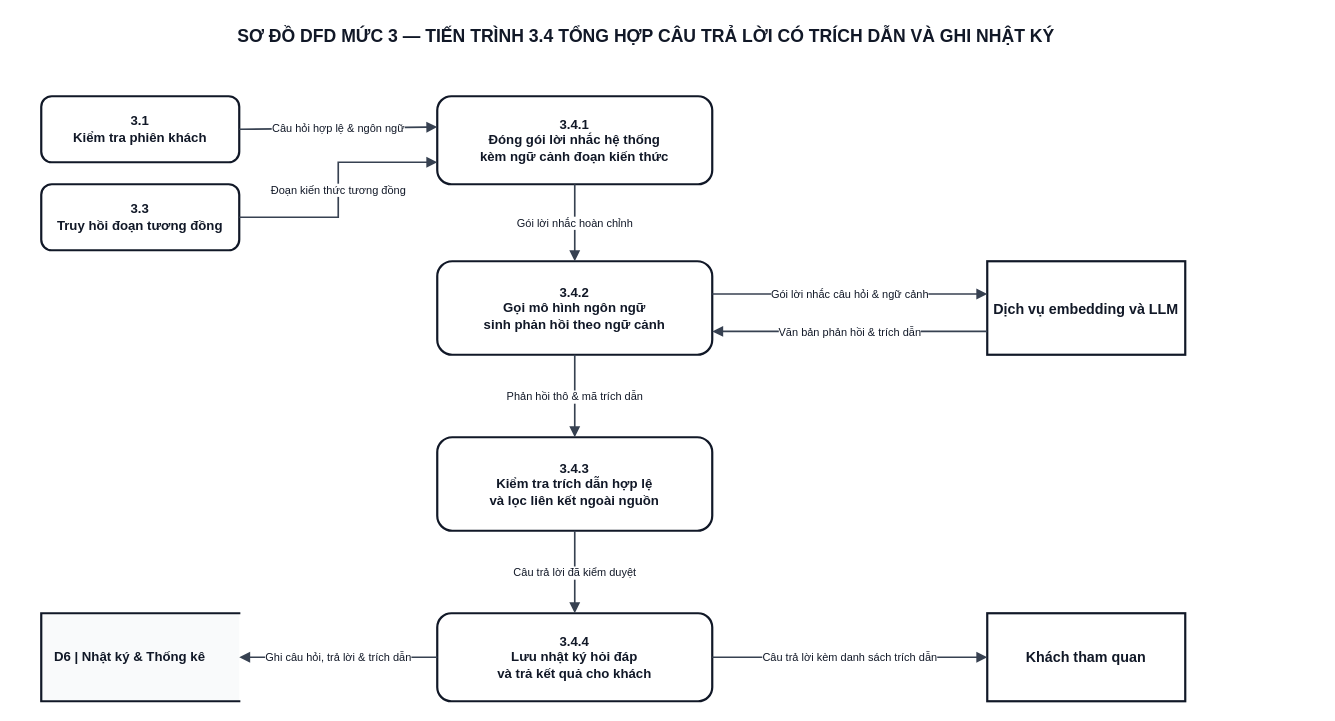
Above: docs/diagram/dfd/DFD_Level_3_P3_4_RAG_Answer_Generation.drawio in Kazuken123/prj_sgu26_cnpm (draw.io), before the change. Source tidied: cells renumbered, new cells numbered last; positions are measured from the earlier drawing's top-left corner, leaving out a move shared by most shapes. Both pictures are drawn from the tidied source at 110%, with x=0, y=0 at pixel (30, 19).
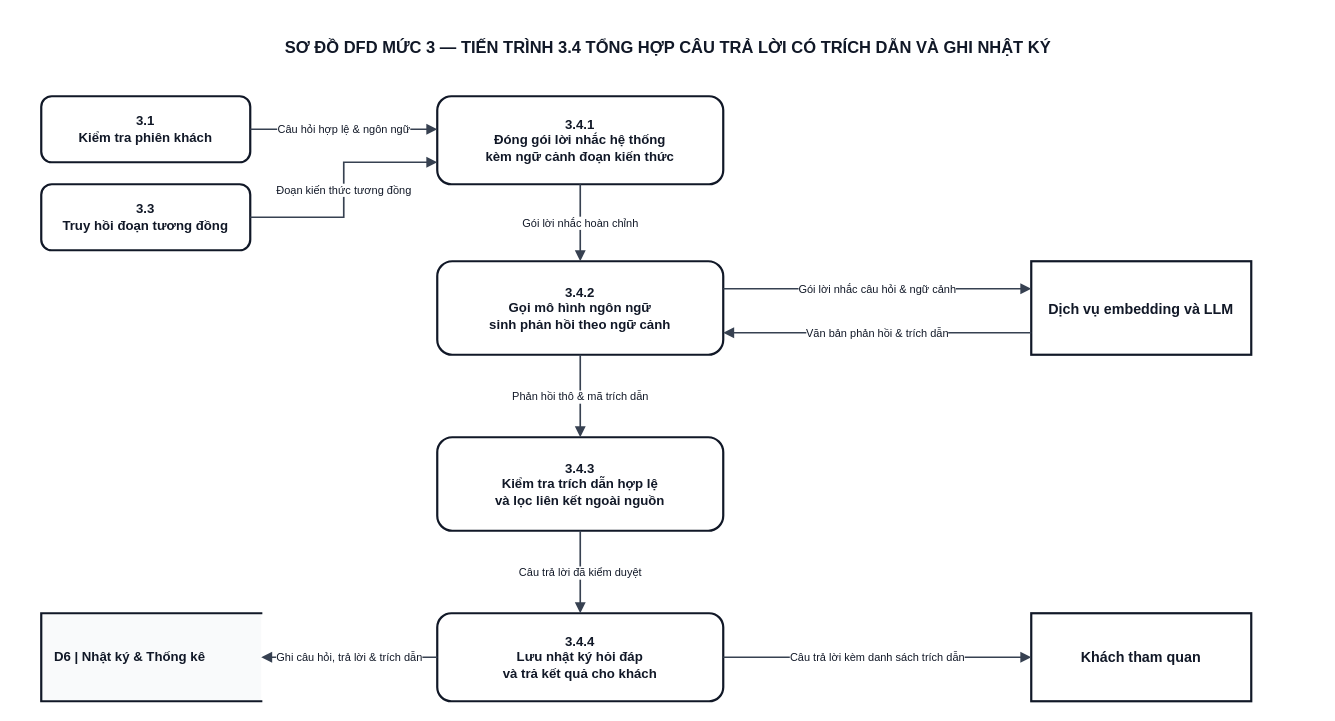
After the change.

Diff of the diagram source:
```diff
@@
-    <mxCell id="2" value="SƠ ĐỒ DFD MỨC 3 — TIẾN TRÌNH 3.4 TỔNG HỢP CÂU TRẢ LỜI CÓ TRÍCH DẪN VÀ GHI NHẬT KÝ" style="text;html=1;align=center;verticalAlign=middle;whiteSpace=wrap;fontFamily=Arial;fontSize=16;fontStyle=1;fillColor=none;strokeColor=none;fontColor=#111827;" parent="1" vertex="1">
-      <mxGeometry width="1120" height="30" as="geometry" />
+    <mxCell id="2" value="SƠ ĐỒ DFD MỨC 3 — TIẾN TRÌNH 3.4 TỔNG HỢP CÂU TRẢ LỜI CÓ TRÍCH DẪN VÀ GHI NHẬT KÝ" style="text;html=1;align=center;verticalAlign=middle;whiteSpace=wrap;fontFamily=Arial;fontSize=15;fontStyle=1;fillColor=none;strokeColor=none;fontColor=#111827;" parent="1" vertex="1">
+      <mxGeometry x="-10" y="10" width="1180" height="30" as="geometry" />
     </mxCell>
     <mxCell id="3" value="&lt;b&gt;3.1&lt;/b&gt;&lt;br/&gt;Kiểm tra phiên khách" style="rounded=1;arcSize=16;whiteSpace=wrap;html=1;fillColor=#FFFFFF;strokeColor=#111827;strokeWidth=2;fontFamily=Arial;fontSize=12;fontStyle=1;fontColor=#111827;align=center;" parent="1" vertex="1">
-      <mxGeometry x="10" y="70" width="180" height="60" as="geometry" />
+      <mxGeometry x="10" y="70" width="190" height="60" as="geometry" />
     </mxCell>
     <mxCell id="4" value="&lt;b&gt;3.3&lt;/b&gt;&lt;br/&gt;Truy hồi đoạn tương đồng" style="rounded=1;arcSize=16;whiteSpace=wrap;html=1;fillColor=#FFFFFF;strokeColor=#111827;strokeWidth=2;fontFamily=Arial;fontSize=12;fontStyle=1;fontColor=#111827;align=center;" parent="1" vertex="1">
-      <mxGeometry x="10" y="150" width="180" height="60" as="geometry" />
+      <mxGeometry x="10" y="150" width="190" height="60" as="geometry" />
     </mxCell>
     <mxCell id="5" value="&lt;b&gt;3.4.1&lt;/b&gt;&lt;br/&gt;Đóng gói lời nhắc hệ thống&lt;br/&gt;kèm ngữ cảnh đoạn kiến thức" style="rounded=1;arcSize=16;whiteSpace=wrap;html=1;fillColor=#FFFFFF;strokeColor=#111827;strokeWidth=2;fontFamily=Arial;fontSize=12;fontStyle=1;fontColor=#111827;align=center;" parent="1" vertex="1">
-      <mxGeometry x="370" y="70" width="250" height="80" as="geometry" />
+      <mxGeometry x="370" y="70" width="260" height="80" as="geometry" />
     </mxCell>
     <mxCell id="6" value="&lt;b&gt;3.4.2&lt;/b&gt;&lt;br/&gt;Gọi mô hình ngôn ngữ&lt;br/&gt;sinh phản hồi theo ngữ cảnh" style="rounded=1;arcSize=16;whiteSpace=wrap;html=1;fillColor=#FFFFFF;strokeColor=#111827;strokeWidth=2;fontFamily=Arial;fontSize=12;fontStyle=1;fontColor=#111827;align=center;" parent="1" vertex="1">
-      <mxGeometry x="370" y="220" width="250" height="85" as="geometry" />
+      <mxGeometry x="370" y="220" width="260" height="85" as="geometry" />
     </mxCell>
     <mxCell id="7" value="&lt;b&gt;3.4.3&lt;/b&gt;&lt;br/&gt;Kiểm tra trích dẫn hợp lệ&lt;br/&gt;và lọc liên kết ngoài nguồn" style="rounded=1;arcSize=16;whiteSpace=wrap;html=1;fillColor=#FFFFFF;strokeColor=#111827;strokeWidth=2;fontFamily=Arial;fontSize=12;fontStyle=1;fontColor=#111827;align=center;" parent="1" vertex="1">
-      <mxGeometry x="370" y="380" width="250" height="85" as="geometry" />
+      <mxGeometry x="370" y="380" width="260" height="85" as="geometry" />
     </mxCell>
     <mxCell id="8" value="&lt;b&gt;3.4.4&lt;/b&gt;&lt;br/&gt;Lưu nhật ký hỏi đáp&lt;br/&gt;và trả kết quả cho khách" style="rounded=1;arcSize=16;whiteSpace=wrap;html=1;fillColor=#FFFFFF;strokeColor=#111827;strokeWidth=2;fontFamily=Arial;fontSize=12;fontStyle=1;fontColor=#111827;align=center;" parent="1" vertex="1">
-      <mxGeometry x="370" y="540" width="250" height="80" as="geometry" />
+      <mxGeometry x="370" y="540" width="260" height="80" as="geometry" />
     </mxCell>
-    <mxCell id="9" value="Gói lời nhắc hoàn chỉnh" style="rounded=0;html=1;strokeColor=#374151;strokeWidth=1.5;endArrow=block;endFill=1;fontFamily=Arial;fontSize=10;fontColor=#111827;labelBackgroundColor=#FFFFFF;spacing=2;exitX=0.5;exitY=1;exitDx=0;exitDy=0;entryX=0.5;entryY=0;entryDx=0;entryDy=0;edgeStyle=none;" parent="1" edge="1" source="5" target="6">
+    <mxCell id="9" value="Gói lời nhắc hoàn chỉnh" style="edgeStyle=orthogonalEdgeStyle;rounded=0;jettySize=auto;html=1;strokeColor=#374151;strokeWidth=1.5;endArrow=block;endFill=1;fontFamily=Arial;fontSize=10;fontColor=#111827;labelBackgroundColor=#FFFFFF;spacing=2;exitX=0.5000;exitY=1.0000;exitDx=0;exitDy=0;entryX=0.5000;entryY=0.0000;entryDx=0;entryDy=0;" parent="1" edge="1" source="5" target="6">
       <mxGeometry relative="1" as="geometry" />
     </mxCell>
-    <mxCell id="10" value="Phản hồi thô &amp; mã trích dẫn" style="rounded=0;html=1;strokeColor=#374151;strokeWidth=1.5;endArrow=block;endFill=1;fontFamily=Arial;fontSize=10;fontColor=#111827;labelBackgroundColor=#FFFFFF;spacing=2;exitX=0.5;exitY=1;exitDx=0;exitDy=0;entryX=0.5;entryY=0;entryDx=0;entryDy=0;edgeStyle=none;" parent="1" edge="1" source="6" target="7">
+    <mxCell id="10" value="Phản hồi thô &amp; mã trích dẫn" style="edgeStyle=orthogonalEdgeStyle;rounded=0;jettySize=auto;html=1;strokeColor=#374151;strokeWidth=1.5;endArrow=block;endFill=1;fontFamily=Arial;fontSize=10;fontColor=#111827;labelBackgroundColor=#FFFFFF;spacing=2;exitX=0.5000;exitY=1.0000;exitDx=0;exitDy=0;entryX=0.5000;entryY=0.0000;entryDx=0;entryDy=0;" parent="1" edge="1" source="6" target="7">
       <mxGeometry relative="1" as="geometry" />
     </mxCell>
-    <mxCell id="11" value="Câu trả lời đã kiểm duyệt" style="rounded=0;html=1;strokeColor=#374151;strokeWidth=1.5;endArrow=block;endFill=1;fontFamily=Arial;fontSize=10;fontColor=#111827;labelBackgroundColor=#FFFFFF;spacing=2;exitX=0.5;exitY=1;exitDx=0;exitDy=0;entryX=0.5;entryY=0;entryDx=0;entryDy=0;edgeStyle=none;" parent="1" edge="1" source="7" target="8">
+    <mxCell id="11" value="Câu trả lời đã kiểm duyệt" style="edgeStyle=orthogonalEdgeStyle;rounded=0;jettySize=auto;html=1;strokeColor=#374151;strokeWidth=1.5;endArrow=block;endFill=1;fontFamily=Arial;fontSize=10;fontColor=#111827;labelBackgroundColor=#FFFFFF;spacing=2;exitX=0.5000;exitY=1.0000;exitDx=0;exitDy=0;entryX=0.5000;entryY=0.0000;entryDx=0;entryDy=0;" parent="1" edge="1" source="7" target="8">
       <mxGeometry relative="1" as="geometry" />
     </mxCell>
-    <mxCell id="12" value="Câu hỏi hợp lệ &amp; ngôn ngữ" style="rounded=0;html=1;strokeColor=#374151;strokeWidth=1.5;endArrow=block;endFill=1;fontFamily=Arial;fontSize=10;fontColor=#111827;labelBackgroundColor=#FFFFFF;spacing=2;exitX=1;exitY=0.5;exitDx=0;exitDy=0;entryX=0;entryY=0.35;entryDx=0;entryDy=0;edgeStyle=none;" parent="1" edge="1" source="3" target="5">
+    <mxCell id="12" value="Câu hỏi hợp lệ &amp; ngôn ngữ" style="edgeStyle=orthogonalEdgeStyle;rounded=0;jettySize=auto;html=1;strokeColor=#374151;strokeWidth=1.5;endArrow=block;endFill=1;fontFamily=Arial;fontSize=10;fontColor=#111827;labelBackgroundColor=#FFFFFF;spacing=2;exitX=1.0000;exitY=0.5000;exitDx=0;exitDy=0;entryX=0.0000;entryY=0.3750;entryDx=0;entryDy=0;" parent="1" edge="1" source="3" target="5">
       <mxGeometry relative="1" as="geometry" />
     </mxCell>
-    <mxCell id="13" value="Đoạn kiến thức tương đồng" style="rounded=0;html=1;strokeColor=#374151;strokeWidth=1.5;endArrow=block;endFill=1;fontFamily=Arial;fontSize=10;fontColor=#111827;labelBackgroundColor=#FFFFFF;spacing=2;exitX=1;exitY=0.5;exitDx=0;exitDy=0;entryX=0;entryY=0.75;entryDx=0;entryDy=0;edgeStyle=orthogonalEdgeStyle;jettySize=auto;" parent="1" edge="1" source="4" target="5">
+    <mxCell id="13" value="Đoạn kiến thức tương đồng" style="edgeStyle=orthogonalEdgeStyle;rounded=0;jettySize=auto;html=1;strokeColor=#374151;strokeWidth=1.5;endArrow=block;endFill=1;fontFamily=Arial;fontSize=10;fontColor=#111827;labelBackgroundColor=#FFFFFF;spacing=2;exitX=1.0000;exitY=0.5000;exitDx=0;exitDy=0;entryX=0.0000;entryY=0.7500;entryDx=0;entryDy=0;" parent="1" edge="1" source="4" target="5">
       <mxGeometry relative="1" as="geometry">
         <Array as="points">
-          <mxPoint x="190" y="180" />
-          <mxPoint x="280" y="180" />
-          <mxPoint x="280" y="130" />
+          <mxPoint x="200" y="180" />
+          <mxPoint x="285" y="180" />
+          <mxPoint x="285" y="130" />
+          <mxPoint x="370" y="130" />
         </Array>
       </mxGeometry>
     </mxCell>
     <mxCell id="14" value="Dịch vụ embedding và LLM" style="rounded=0;whiteSpace=wrap;html=1;fillColor=#FFFFFF;strokeColor=#111827;strokeWidth=2;fontFamily=Arial;fontSize=13;fontStyle=1;fontColor=#111827;align=center;" parent="1" vertex="1">
-      <mxGeometry x="870" y="220" width="180" height="85" as="geometry" />
+      <mxGeometry x="910" y="220" width="200" height="85" as="geometry" />
     </mxCell>
-    <mxCell id="15" value="Gói lời nhắc câu hỏi &amp; ngữ cảnh" style="rounded=0;html=1;strokeColor=#374151;strokeWidth=1.5;endArrow=block;endFill=1;fontFamily=Arial;fontSize=10;fontColor=#111827;labelBackgroundColor=#FFFFFF;spacing=2;exitX=1;exitY=0.35;exitDx=0;exitDy=0;entryX=0;entryY=0.35;entryDx=0;entryDy=0;edgeStyle=none;" parent="1" edge="1" source="6" target="14">
+    <mxCell id="15" value="Gói lời nhắc câu hỏi &amp; ngữ cảnh" style="edgeStyle=orthogonalEdgeStyle;rounded=0;jettySize=auto;html=1;strokeColor=#374151;strokeWidth=1.5;endArrow=block;endFill=1;fontFamily=Arial;fontSize=10;fontColor=#111827;labelBackgroundColor=#FFFFFF;spacing=2;exitX=1.0000;exitY=0.2941;exitDx=0;exitDy=0;entryX=0.0000;entryY=0.2941;entryDx=0;entryDy=0;" parent="1" edge="1" source="6" target="14">
       <mxGeometry relative="1" as="geometry" />
     </mxCell>
-    <mxCell id="16" value="Văn bản phản hồi &amp; trích dẫn" style="rounded=0;html=1;strokeColor=#374151;strokeWidth=1.5;endArrow=block;endFill=1;fontFamily=Arial;fontSize=10;fontColor=#111827;labelBackgroundColor=#FFFFFF;spacing=2;exitX=0;exitY=0.75;exitDx=0;exitDy=0;entryX=1;entryY=0.75;entryDx=0;entryDy=0;edgeStyle=none;" parent="1" edge="1" source="14" target="6">
+    <mxCell id="16" value="Văn bản phản hồi &amp; trích dẫn" style="edgeStyle=orthogonalEdgeStyle;rounded=0;jettySize=auto;html=1;strokeColor=#374151;strokeWidth=1.5;endArrow=block;endFill=1;fontFamily=Arial;fontSize=10;fontColor=#111827;labelBackgroundColor=#FFFFFF;spacing=2;exitX=0.0000;exitY=0.7647;exitDx=0;exitDy=0;entryX=1.0000;entryY=0.7647;entryDx=0;entryDy=0;" parent="1" edge="1" source="14" target="6">
       <mxGeometry relative="1" as="geometry" />
     </mxCell>
     <mxCell id="17" value="&lt;b&gt;D6&lt;/b&gt; | Nhật ký &amp; Thống kê" style="shape=partialRectangle;whiteSpace=wrap;html=1;left=1;right=0;top=1;bottom=1;fillColor=#F9FAFB;strokeColor=#111827;strokeWidth=2;fontFamily=Arial;fontSize=12;fontStyle=1;fontColor=#111827;align=left;spacingLeft=10;" parent="1" vertex="1">
-      <mxGeometry x="10" y="540" width="180" height="80" as="geometry" />
+      <mxGeometry x="10" y="540" width="200" height="80" as="geometry" />
     </mxCell>
     <mxCell id="18" value="Khách tham quan" style="rounded=0;whiteSpace=wrap;html=1;fillColor=#FFFFFF;strokeColor=#111827;strokeWidth=2;fontFamily=Arial;fontSize=13;fontStyle=1;fontColor=#111827;align=center;" parent="1" vertex="1">
-      <mxGeometry x="870" y="540" width="180" height="80" as="geometry" />
+      <mxGeometry x="910" y="540" width="200" height="80" as="geometry" />
     </mxCell>
-    <mxCell id="19" value="Ghi câu hỏi, trả lời &amp; trích dẫn" style="rounded=0;html=1;strokeColor=#374151;strokeWidth=1.5;endArrow=block;endFill=1;fontFamily=Arial;fontSize=10;fontColor=#111827;labelBackgroundColor=#FFFFFF;spacing=2;exitX=0;exitY=0.5;exitDx=0;exitDy=0;entryX=1;entryY=0.5;entryDx=0;entryDy=0;edgeStyle=none;" parent="1" edge="1" source="8" target="17">
+    <mxCell id="19" value="Ghi câu hỏi, trả lời &amp; trích dẫn" style="edgeStyle=orthogonalEdgeStyle;rounded=0;jettySize=auto;html=1;strokeColor=#374151;strokeWidth=1.5;endArrow=block;endFill=1;fontFamily=Arial;fontSize=10;fontColor=#111827;labelBackgroundColor=#FFFFFF;spacing=2;exitX=0.0000;exitY=0.5000;exitDx=0;exitDy=0;entryX=1.0000;entryY=0.5000;entryDx=0;entryDy=0;" parent="1" edge="1" source="8" target="17">
       <mxGeometry relative="1" as="geometry" />
     </mxCell>
-    <mxCell id="20" value="Câu trả lời kèm danh sách trích dẫn" style="rounded=0;html=1;strokeColor=#374151;strokeWidth=1.5;endArrow=block;endFill=1;fontFamily=Arial;fontSize=10;fontColor=#111827;labelBackgroundColor=#FFFFFF;spacing=2;exitX=1;exitY=0.5;exitDx=0;exitDy=0;entryX=0;entryY=0.5;entryDx=0;entryDy=0;edgeStyle=none;" parent="1" edge="1" source="8" target="18">
+    <mxCell id="20" value="Câu trả lời kèm danh sách trích dẫn" style="edgeStyle=orthogonalEdgeStyle;rounded=0;jettySize=auto;html=1;strokeColor=#374151;strokeWidth=1.5;endArrow=block;endFill=1;fontFamily=Arial;fontSize=10;fontColor=#111827;labelBackgroundColor=#FFFFFF;spacing=2;exitX=1.0000;exitY=0.5000;exitDx=0;exitDy=0;entryX=0.0000;entryY=0.5000;entryDx=0;entryDy=0;" parent="1" edge="1" source="8" target="18">
       <mxGeometry relative="1" as="geometry" />
     </mxCell>
```
